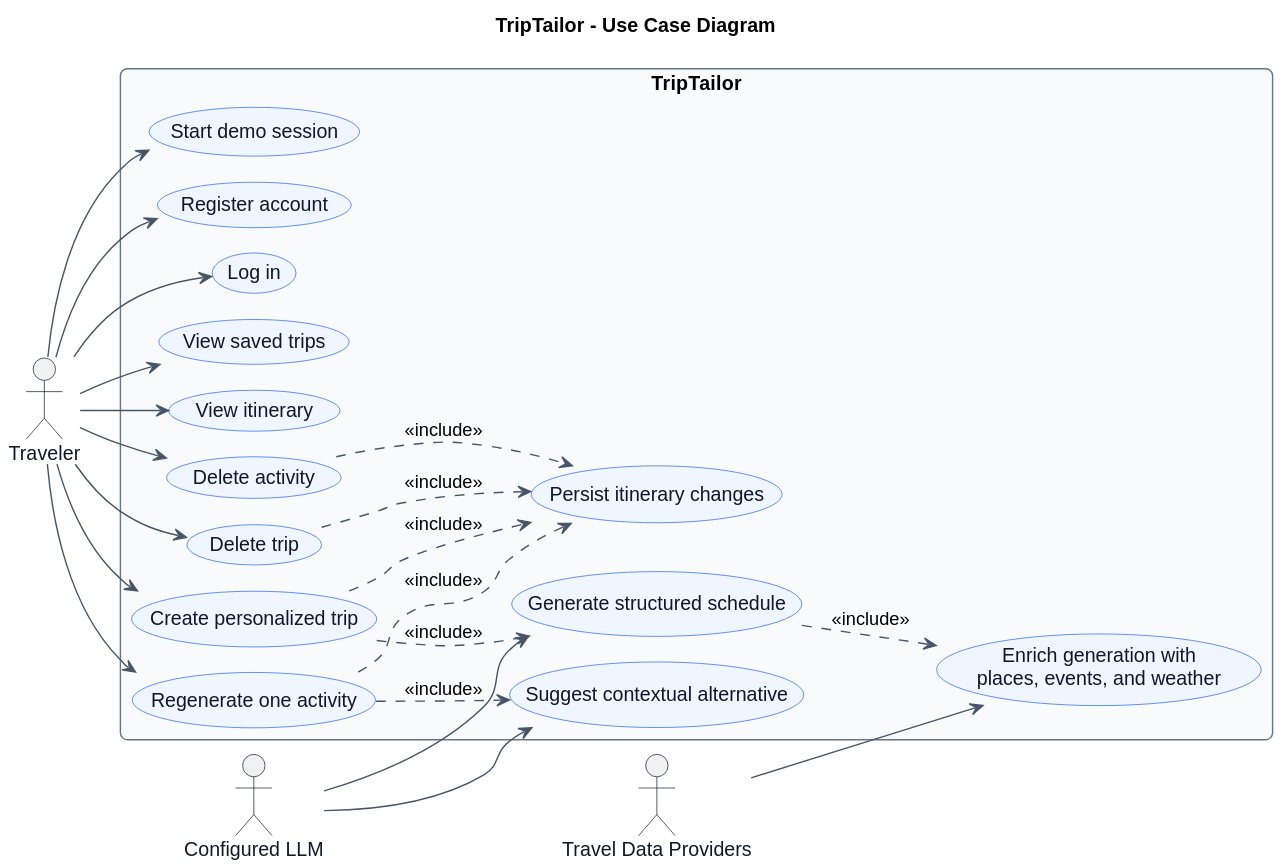
The PlantUML diagram diagrams/rendered/use-case-diagram.svg in AET-DevOps26/team-continuous-vacation, before a commit. Source of this version:
```plantuml
@startuml
!pragma layout smetana
title TripTailor - Use Case Diagram

left to right direction
skinparam backgroundColor #FFFFFF
skinparam shadowing false
skinparam roundCorner 10
skinparam defaultFontName Arial
skinparam ArrowColor #475569
skinparam actor {
  BorderColor #0F172A
  FontColor #0F172A
}
skinparam usecase {
  BackgroundColor #EFF6FF
  BorderColor #2563EB
  FontColor #0F172A
}
skinparam rectangle {
  BorderColor #64748B
  BackgroundColor #F8FAFC
}

actor Traveler
actor "Configured LLM" as LLM
actor "Travel Data Providers" as Providers

rectangle "TripTailor" {
  usecase "Start demo session" as Demo
  usecase "Register account" as Register
  usecase "Log in" as Login
  usecase "View saved trips" as ListTrips
  usecase "View itinerary" as ViewTrip
  usecase "Create personalized trip" as CreateTrip
  usecase "Generate structured schedule" as Generate
  usecase "Enrich generation with\nplaces, events, and weather" as Enrich
  usecase "Regenerate one activity" as Regenerate
  usecase "Suggest contextual alternative" as Alternative
  usecase "Delete activity" as DeleteActivity
  usecase "Delete trip" as DeleteTrip
  usecase "Persist itinerary changes" as Persist
}

Traveler --> Demo
Traveler --> Register
Traveler --> Login
Traveler --> ListTrips
Traveler --> ViewTrip
Traveler --> CreateTrip
Traveler --> Regenerate
Traveler --> DeleteActivity
Traveler --> DeleteTrip

CreateTrip ..> Generate : <<include>>
CreateTrip ..> Persist : <<include>>
Generate ..> Enrich : <<include>>
Regenerate ..> Alternative : <<include>>
Regenerate ..> Persist : <<include>>
DeleteActivity ..> Persist : <<include>>
DeleteTrip ..> Persist : <<include>>

LLM --> Generate
LLM --> Alternative
Providers --> Enrich
@enduml
```
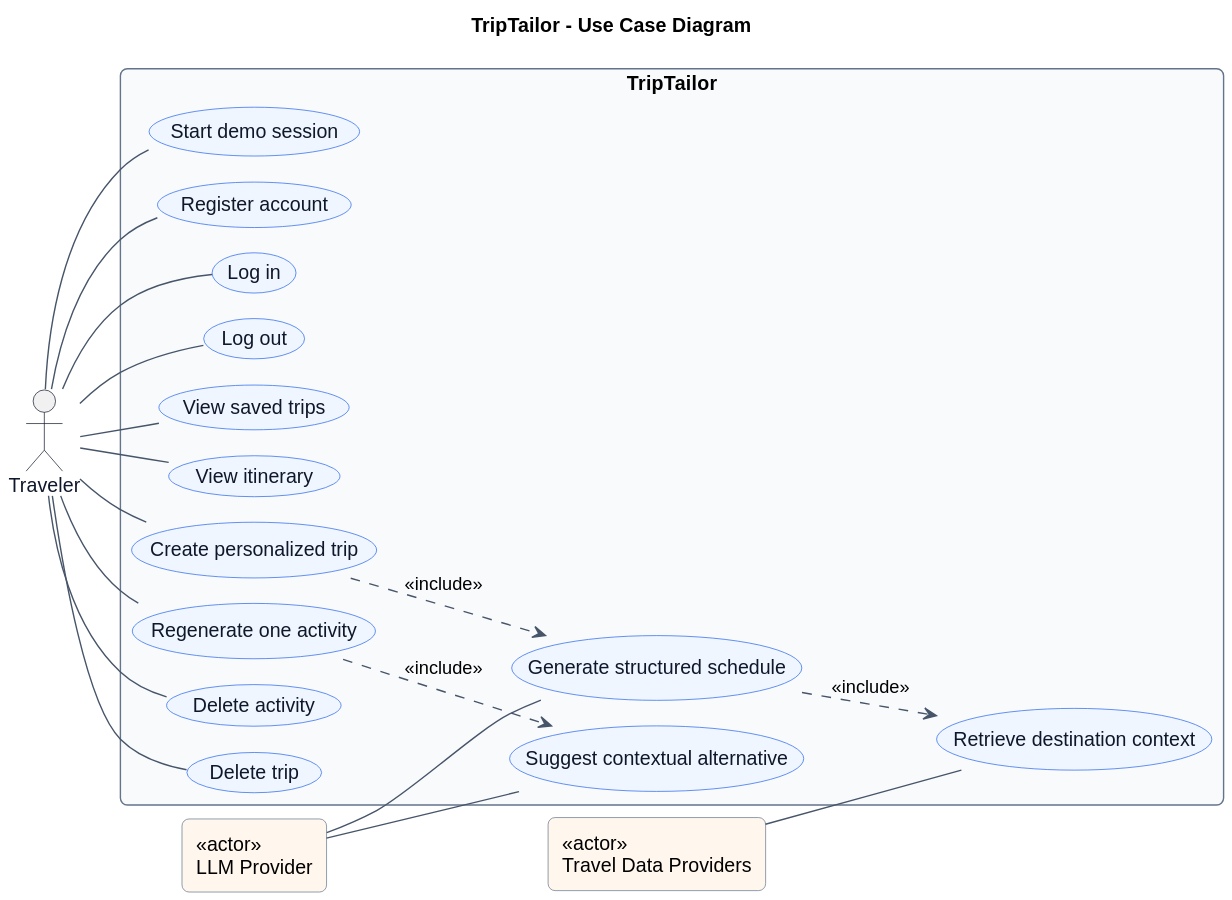
After the change.

Commit message:
docs: refine use case actor notation

The edit, as a diff of the source:
```diff
@@ -23,44 +23,41 @@
 }
 
 actor Traveler
-actor "Configured LLM" as LLM
-actor "Travel Data Providers" as Providers
+rectangle "«actor»\nLLM Provider" as LLM #FFF7ED
+rectangle "«actor»\nTravel Data Providers" as Providers #FFF7ED
 
 rectangle "TripTailor" {
   usecase "Start demo session" as Demo
   usecase "Register account" as Register
   usecase "Log in" as Login
+  usecase "Log out" as Logout
   usecase "View saved trips" as ListTrips
   usecase "View itinerary" as ViewTrip
   usecase "Create personalized trip" as CreateTrip
   usecase "Generate structured schedule" as Generate
-  usecase "Enrich generation with\nplaces, events, and weather" as Enrich
+  usecase "Retrieve destination context" as Enrich
   usecase "Regenerate one activity" as Regenerate
   usecase "Suggest contextual alternative" as Alternative
   usecase "Delete activity" as DeleteActivity
   usecase "Delete trip" as DeleteTrip
-  usecase "Persist itinerary changes" as Persist
 }
 
-Traveler --> Demo
-Traveler --> Register
-Traveler --> Login
-Traveler --> ListTrips
-Traveler --> ViewTrip
-Traveler --> CreateTrip
-Traveler --> Regenerate
-Traveler --> DeleteActivity
-Traveler --> DeleteTrip
+Traveler -- Demo
+Traveler -- Register
+Traveler -- Login
+Traveler -- Logout
+Traveler -- ListTrips
+Traveler -- ViewTrip
+Traveler -- CreateTrip
+Traveler -- Regenerate
+Traveler -- DeleteActivity
+Traveler -- DeleteTrip
 
 CreateTrip ..> Generate : <<include>>
-CreateTrip ..> Persist : <<include>>
 Generate ..> Enrich : <<include>>
 Regenerate ..> Alternative : <<include>>
-Regenerate ..> Persist : <<include>>
-DeleteActivity ..> Persist : <<include>>
-DeleteTrip ..> Persist : <<include>>
 
-LLM --> Generate
-LLM --> Alternative
-Providers --> Enrich
+LLM -- Generate
+LLM -- Alternative
+Providers -- Enrich
 @enduml
```
